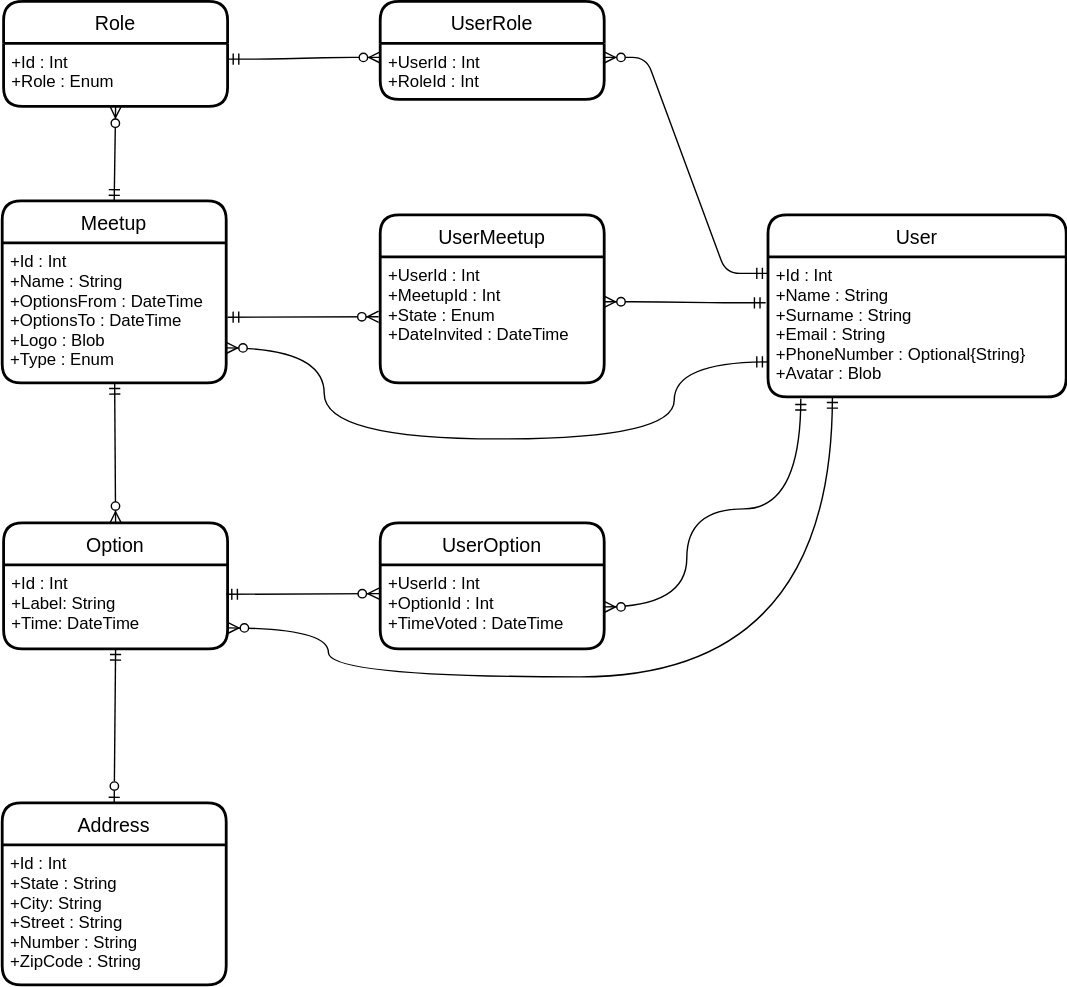
Earlier version of the draw.io export WhenAndWhere_DAL_ERD.svg (mksoska/when-and-where). Source tidied: cells renumbered, new cells last; positions are measured from the earlier drawing's top-left corner, leaving out a move shared by most shapes.
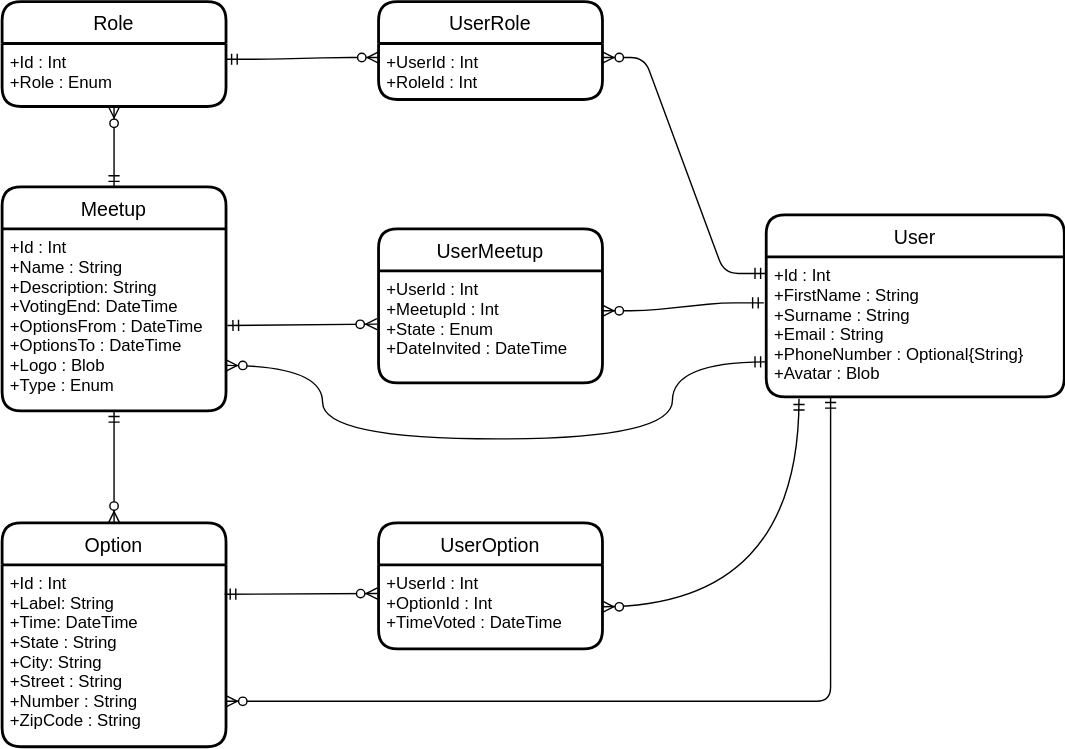
Later version of the same file.

Commit message:
Update README.md and DAL ERD diagram

The edit, as a diff of the source:
```diff
@@ -3,22 +3,22 @@
     <mxCell id="0" />
     <mxCell id="1" parent="0" />
     <mxCell id="2" value="Option" style="swimlane;horizontal=1;startSize=30;rounded=1;fontSize=14;fontStyle=0;strokeWidth=2;shadow=0;dashed=0;align=center;glass=0;" parent="1" vertex="1">
-      <mxGeometry x="1" y="372" width="160" height="90" as="geometry" />
+      <mxGeometry x="1" y="372" width="160" height="160" as="geometry" />
     </mxCell>
-    <mxCell id="3" value="+Id : Int&#10;+Label: String&#10;+Time: DateTime&#10;" style="align=left;strokeColor=none;fillColor=none;spacingLeft=4;fontSize=12;verticalAlign=top;glass=0;" parent="2" vertex="1">
-      <mxGeometry y="30" width="160" height="60" as="geometry" />
+    <mxCell id="3" value="+Id : Int&#10;+Label: String&#10;+Time: DateTime&#10;+State : String&#10;+City: String&#10;+Street : String&#10;+Number : String&#10;+ZipCode : String&#10;" style="align=left;strokeColor=none;fillColor=none;spacingLeft=4;fontSize=12;verticalAlign=top;glass=0;" parent="2" vertex="1">
+      <mxGeometry y="30" width="160" height="130" as="geometry" />
     </mxCell>
     <mxCell id="4" value="User" style="swimlane;horizontal=1;startSize=30;rounded=1;fontSize=14;fontStyle=0;strokeWidth=2;shadow=0;dashed=0;align=center;glass=0;" parent="1" vertex="1">
       <mxGeometry x="547" y="152" width="213" height="130" as="geometry" />
     </mxCell>
-    <mxCell id="5" value="+Id : Int&#10;+Name : String&#10;+Surname : String&#10;+Email : String&#10;+PhoneNumber : Optional{String}&#10;+Avatar : Blob" style="align=left;strokeColor=none;fillColor=none;spacingLeft=4;fontSize=12;verticalAlign=top;glass=0;" parent="4" vertex="1">
+    <mxCell id="5" value="+Id : Int&#10;+FirstName : String&#10;+Surname : String&#10;+Email : String&#10;+PhoneNumber : Optional{String}&#10;+Avatar : Blob" style="align=left;strokeColor=none;fillColor=none;spacingLeft=4;fontSize=12;verticalAlign=top;glass=0;" parent="4" vertex="1">
       <mxGeometry y="30" width="213" height="100" as="geometry" />
     </mxCell>
     <mxCell id="6" value="UserMeetup" style="swimlane;horizontal=1;startSize=30;rounded=1;fontSize=14;fontStyle=0;strokeWidth=2;shadow=0;dashed=0;align=center;glass=0;" parent="1" vertex="1">
-      <mxGeometry x="270" y="152" width="160" height="120" as="geometry" />
+      <mxGeometry x="270" y="162" width="160" height="110" as="geometry" />
     </mxCell>
     <mxCell id="7" value="+UserId : Int&#10;+MeetupId : Int&#10;+State : Enum&#10;+DateInvited : DateTime" style="align=left;strokeColor=none;fillColor=none;spacingLeft=4;fontSize=12;verticalAlign=top;glass=0;" parent="6" vertex="1">
-      <mxGeometry y="30" width="160" height="90" as="geometry" />
+      <mxGeometry y="30" width="160" height="80" as="geometry" />
     </mxCell>
     <mxCell id="8" value="UserOption" style="swimlane;horizontal=1;startSize=30;rounded=1;fontSize=14;fontStyle=0;strokeWidth=2;shadow=0;dashed=0;align=center;glass=0;" parent="1" vertex="1">
       <mxGeometry x="270" y="372" width="160" height="90" as="geometry" />
@@ -26,12 +26,6 @@
     <mxCell id="9" value="+UserId : Int&#10;+OptionId : Int&#10;+TimeVoted : DateTime" style="align=left;strokeColor=none;fillColor=none;spacingLeft=4;fontSize=12;verticalAlign=top;glass=0;" parent="8" vertex="1">
       <mxGeometry y="30" width="160" height="60" as="geometry" />
     </mxCell>
-    <mxCell id="10" value="Address" style="swimlane;horizontal=1;startSize=30;rounded=1;fontSize=14;fontStyle=0;strokeWidth=2;shadow=0;dashed=0;align=center;glass=0;" parent="1" vertex="1">
-      <mxGeometry y="572" width="160" height="130" as="geometry" />
-    </mxCell>
-    <mxCell id="11" value="+Id : Int&#10;+State : String&#10;+City: String&#10;+Street : String&#10;+Number : String&#10;+ZipCode : String" style="align=left;strokeColor=none;fillColor=none;spacingLeft=4;fontSize=12;verticalAlign=top;glass=0;" parent="10" vertex="1">
-      <mxGeometry y="30" width="160" height="100" as="geometry" />
-    </mxCell>
     <mxCell id="12" style="fontSize=12;html=1;endArrow=ERzeroToMany;startArrow=ERmandOne;fontColor=#FFFFFF;entryX=-0.007;entryY=0.475;entryDx=0;entryDy=0;exitX=1.006;exitY=0.531;exitDx=0;exitDy=0;exitPerimeter=0;entryPerimeter=0;" parent="1" edge="1" source="23" target="7">
       <mxGeometry relative="1" as="geometry" />
     </mxCell>
@@ -41,9 +35,6 @@
     <mxCell id="14" style="fontSize=12;html=1;endArrow=ERzeroToMany;startArrow=ERmandOne;fontColor=#FFFFFF;rounded=0;entryX=0.5;entryY=0;entryDx=0;entryDy=0;" parent="1" edge="1" source="23" target="2">
       <mxGeometry relative="1" as="geometry" />
     </mxCell>
-    <mxCell id="15" style="fontSize=12;html=1;endArrow=ERmandOne;startArrow=ERzeroToOne;rounded=0;fontColor=#FFFFFF;entryX=0.5;entryY=1;entryDx=0;entryDy=0;exitX=0.5;exitY=0;exitDx=0;exitDy=0;endFill=0;startFill=0;" parent="1" edge="1" source="10" target="3">
-      <mxGeometry relative="1" as="geometry" />
-    </mxCell>
     <mxCell id="16" style="fontSize=12;html=1;endArrow=ERzeroToMany;startArrow=ERmandOne;rounded=0;fontColor=#FFFFFF;entryX=-0.005;entryY=0.342;entryDx=0;entryDy=0;entryPerimeter=0;" parent="1" edge="1" target="9">
       <mxGeometry relative="1" as="geometry">
         <mxPoint x="160" y="423" as="sourcePoint" />
@@ -55,25 +46,21 @@
           <mxPoint x="480" y="257" />
           <mxPoint x="480" y="312" />
           <mxPoint x="230" y="312" />
-          <mxPoint x="230" y="247" />
+          <mxPoint x="230" y="260" />
         </Array>
       </mxGeometry>
     </mxCell>
-    <mxCell id="18" style="fontSize=12;html=1;endArrow=ERzeroToMany;startArrow=ERmandOne;edgeStyle=orthogonalEdgeStyle;curved=1;exitX=0.216;exitY=1;exitDx=0;exitDy=0;exitPerimeter=0;entryX=1;entryY=0.75;entryDx=0;entryDy=0;" parent="1" edge="1" source="5" target="3">
+    <mxCell id="18" style="fontSize=12;html=1;endArrow=ERzeroToMany;startArrow=ERmandOne;edgeStyle=elbowEdgeStyle;exitX=0.216;exitY=1;exitDx=0;exitDy=0;exitPerimeter=0;entryX=1;entryY=0.75;entryDx=0;entryDy=0;" parent="1" edge="1" source="5" target="3">
       <mxGeometry relative="1" as="geometry">
         <Array as="points">
-          <mxPoint x="593" y="482" />
-          <mxPoint x="233" y="482" />
-          <mxPoint x="233" y="447" />
+          <mxPoint x="593" y="462" />
         </Array>
       </mxGeometry>
     </mxCell>
     <mxCell id="19" style="edgeStyle=orthogonalEdgeStyle;fontSize=12;html=1;endArrow=ERzeroToMany;startArrow=ERmandOne;entryX=1;entryY=0.5;entryDx=0;entryDy=0;exitX=0.11;exitY=1.014;exitDx=0;exitDy=0;exitPerimeter=0;curved=1;" parent="1" edge="1" source="5" target="9">
       <mxGeometry relative="1" as="geometry">
         <Array as="points">
-          <mxPoint x="570" y="362" />
-          <mxPoint x="489" y="362" />
-          <mxPoint x="489" y="432" />
+          <mxPoint x="570" y="432" />
         </Array>
       </mxGeometry>
     </mxCell>
@@ -84,10 +71,10 @@
       <mxGeometry y="30" width="160" height="45" as="geometry" />
     </mxCell>
     <mxCell id="22" value="Meetup" style="swimlane;horizontal=1;startSize=30;rounded=1;fontSize=14;fontStyle=0;strokeWidth=2;shadow=0;dashed=0;align=center;" parent="1" vertex="1">
-      <mxGeometry y="142" width="160" height="130" as="geometry" />
+      <mxGeometry x="1" y="132" width="160" height="160" as="geometry" />
     </mxCell>
-    <mxCell id="23" value="+Id : Int&#10;+Name : String&#10;+OptionsFrom : DateTime&#10;+OptionsTo : DateTime&#10;+Logo : Blob&#10;+Type : Enum" style="align=left;strokeColor=none;fillColor=none;spacingLeft=4;fontSize=12;verticalAlign=top;" parent="22" vertex="1">
-      <mxGeometry y="30" width="160" height="100" as="geometry" />
+    <mxCell id="23" value="+Id : Int&#10;+Name : String&#10;+Description: String&#10;+VotingEnd: DateTime&#10;+OptionsFrom : DateTime&#10;+OptionsTo : DateTime&#10;+Logo : Blob&#10;+Type : Enum" style="align=left;strokeColor=none;fillColor=none;spacingLeft=4;fontSize=12;verticalAlign=top;" parent="22" vertex="1">
+      <mxGeometry y="30" width="160" height="130" as="geometry" />
     </mxCell>
     <mxCell id="24" value="UserRole" style="swimlane;horizontal=1;startSize=30;rounded=1;fontSize=14;fontStyle=0;strokeWidth=2;shadow=0;dashed=0;align=center;" parent="1" vertex="1">
       <mxGeometry x="270" y="-0.5" width="160" height="70" as="geometry" />
```
